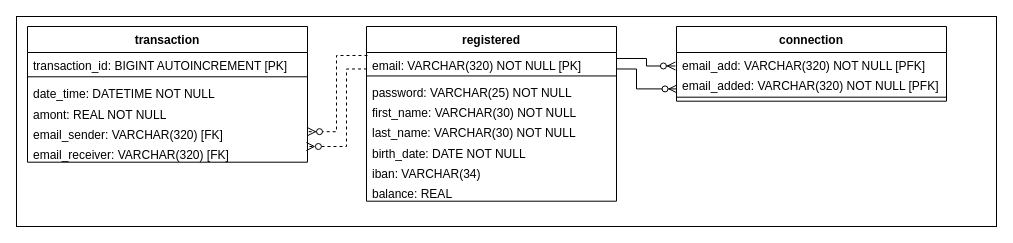
Before: page "MLD" (3 of 3) of UML/payMyBuddyUML.drawio in emmo78/com.paymybuddy.paymybuddy, a draw.io diagram. Source tidied: cells renumbered, new cells numbered last; positions are measured from the earlier drawing's top-left corner, leaving out a move shared by most shapes. Both pictures are drawn from the tidied source at 100%, with x=0, y=0 at pixel (16, 16).
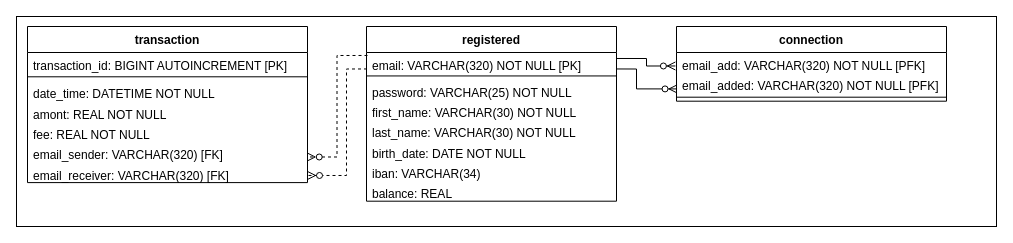
The same diagram, later.

Unchanged cells that the change refers to:
```xml
<mxCell id="15" value="email: VARCHAR(320) NOT NULL [PK]" style="text;strokeColor=none;fillColor=none;align=left;verticalAlign=top;spacingLeft=4;spacingRight=4;overflow=hidden;points=[[0,0.5],[1,0.5]];portConstraint=eastwest;" parent="14" vertex="1">
  <mxGeometry y="26" width="250" height="20.3" as="geometry" />
</mxCell>
```

Change to the diagram source:
```diff
@@
     <mxCell id="3" value="transaction" style="swimlane;fontStyle=1;align=center;verticalAlign=top;horizontal=1;startSize=26;" parent="1" vertex="1">
-      <mxGeometry x="11" y="10" width="280" height="135.7" as="geometry" />
+      <mxGeometry x="11" y="10" width="280" height="156.1" as="geometry" />
     </mxCell>
@@
+    <mxCell id="27" value="fee: REAL NOT NULL" style="text;align=left;verticalAlign=top;spacingLeft=4;spacingRight=4;overflow=hidden;" parent="3" vertex="1">
+      <mxGeometry y="95" width="280" height="20.3" as="geometry" />
+    </mxCell>
     <mxCell id="8" value="email_sender: VARCHAR(320) [FK]" style="text;strokeColor=none;fillColor=none;align=left;verticalAlign=top;spacingLeft=4;spacingRight=4;overflow=hidden;points=[[0,0.5],[1,0.5]];portConstraint=eastwest;" parent="3" vertex="1">
-      <mxGeometry y="95" width="280" height="20.3" as="geometry" />
+      <mxGeometry y="115.4" width="280" height="20.3" as="geometry" />
     </mxCell>
     <mxCell id="9" value="email_receiver: VARCHAR(320) [FK]" style="text;strokeColor=none;fillColor=none;align=left;verticalAlign=top;spacingLeft=4;spacingRight=4;overflow=hidden;points=[[0,0.5],[1,0.5]];portConstraint=eastwest;" parent="3" vertex="1">
-      <mxGeometry y="115.4" width="280" height="20.3" as="geometry" />
+      <mxGeometry y="135.7" width="280" height="20.3" as="geometry" />
     </mxCell>
@@
-    <mxCell id="25" style="fontSize=12;html=1;endArrow=ERzeroToMany;endFill=1;rounded=0;strokeColor=#000000;entryX=1;entryY=0.5;entryDx=0;entryDy=0;exitX=0.004;exitY=0.147;exitDx=0;exitDy=0;exitPerimeter=0;dashed=1;edgeStyle=orthogonalEdgeStyle;" parent="1" edge="1" source="15" target="8">
-      <mxGeometry relative="1" as="geometry">
-        <Array as="points">
-          <mxPoint x="320" y="39" />
-          <mxPoint x="320" y="115" />
-        </Array>
-      </mxGeometry>
+    <mxCell id="25" style="fontSize=12;html=1;endArrow=ERzeroToMany;endFill=1;rounded=0;strokeColor=#000000;exitX=0.004;exitY=0.147;exitDx=0;exitDy=0;exitPerimeter=0;dashed=1;entryX=0.999;entryY=0.743;entryDx=0;entryDy=0;entryPerimeter=0;edgeStyle=orthogonalEdgeStyle;" parent="1" edge="1" source="15" target="8">
+      <mxGeometry relative="1" as="geometry" />
     </mxCell>
-    <mxCell id="26" style="fontSize=12;html=1;endArrow=ERzeroToMany;endFill=1;rounded=0;strokeColor=#000000;dashed=1;entryX=0.996;entryY=0.227;entryDx=0;entryDy=0;exitX=0.002;exitY=0.811;exitDx=0;exitDy=0;exitPerimeter=0;entryPerimeter=0;edgeStyle=orthogonalEdgeStyle;" parent="1" edge="1" source="15" target="9">
+    <mxCell id="26" style="fontSize=12;html=1;endArrow=ERzeroToMany;endFill=1;rounded=0;strokeColor=#000000;dashed=1;entryX=1;entryY=0.653;entryDx=0;entryDy=0;exitX=0.002;exitY=0.811;exitDx=0;exitDy=0;exitPerimeter=0;entryPerimeter=0;edgeStyle=orthogonalEdgeStyle;" parent="1" edge="1" source="15" target="9">
       <mxGeometry relative="1" as="geometry">
         <Array as="points">
           <mxPoint x="330" y="53" />
-          <mxPoint x="330" y="130" />
+          <mxPoint x="330" y="159" />
         </Array>
       </mxGeometry>
     </mxCell>
```
